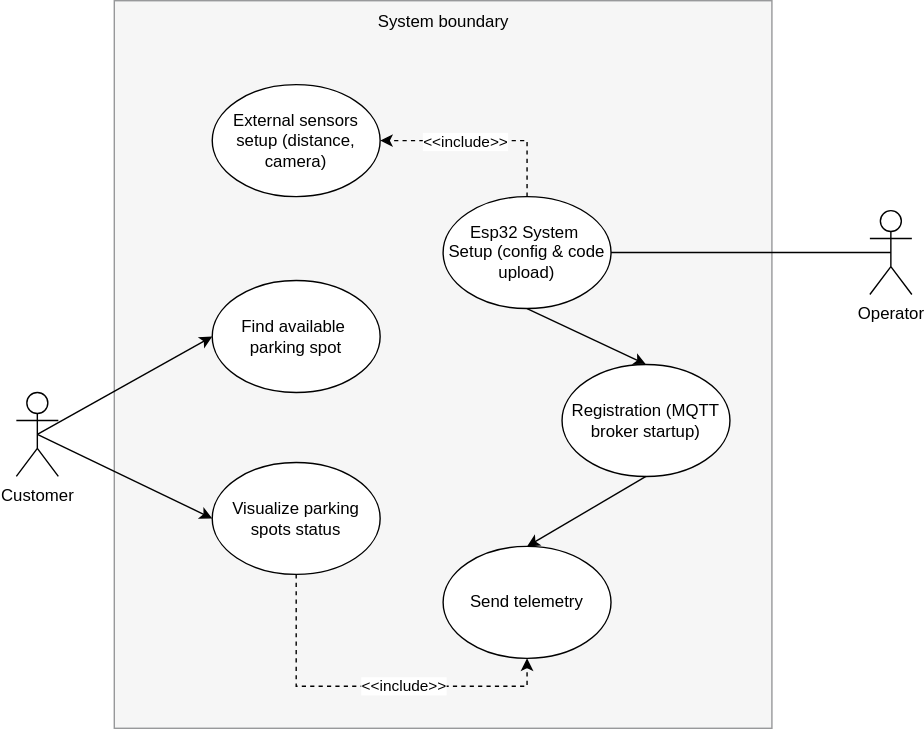
The draw.io diagram docs/UseCaseDiagram.drawio.svg in sorykkk/smart-parking, before a commit. Source tidied: cells renumbered, new cells last; positions are measured from the earlier drawing's top-left corner, leaving out a move shared by most shapes.
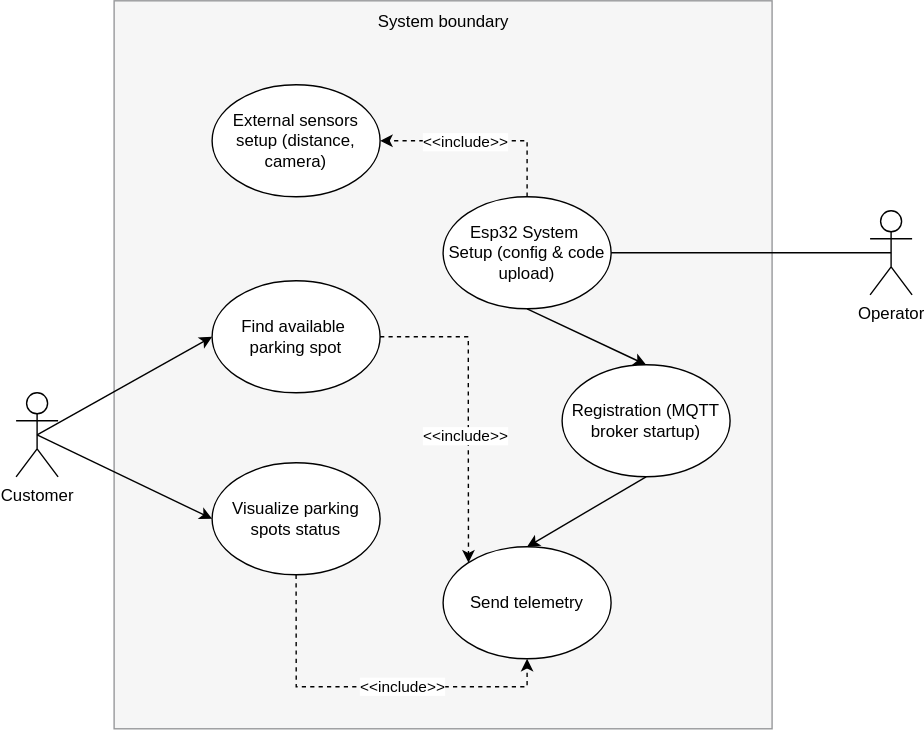
After the commit.

What changed in the source:
```diff
@@ -61,5 +61,18 @@
     <mxCell id="20" value="System boundary" style="text;html=1;whiteSpace=wrap;strokeColor=none;fillColor=none;align=center;verticalAlign=middle;rounded=0;" parent="1" vertex="1">
       <mxGeometry x="252.5" width="105" height="30" as="geometry" />
     </mxCell>
+    <mxCell id="21" style="edgeStyle=orthogonalEdgeStyle;rounded=0;jettySize=auto;html=1;exitX=1;exitY=0.5;exitDx=0;exitDy=0;entryX=0;entryY=0;entryDx=0;entryDy=0;dashed=1;" parent="1" edge="1" source="10" target="17">
+      <mxGeometry relative="1" as="geometry">
+        <Array as="points">
+          <mxPoint x="323" y="240" />
+          <mxPoint x="323" y="310" />
+        </Array>
+      </mxGeometry>
+    </mxCell>
+    <mxCell id="22" value="&amp;lt;&amp;lt;include&amp;gt;&amp;gt;" style="edgeLabel;html=1;align=center;verticalAlign=middle;labelBackgroundColor=default;" parent="21" vertex="1">
+      <mxGeometry x="0.18" y="1" relative="1" as="geometry">
+        <mxPoint x="-4" y="1" as="offset" />
+      </mxGeometry>
+    </mxCell>
   </root>
 </mxGraphModel>
```
